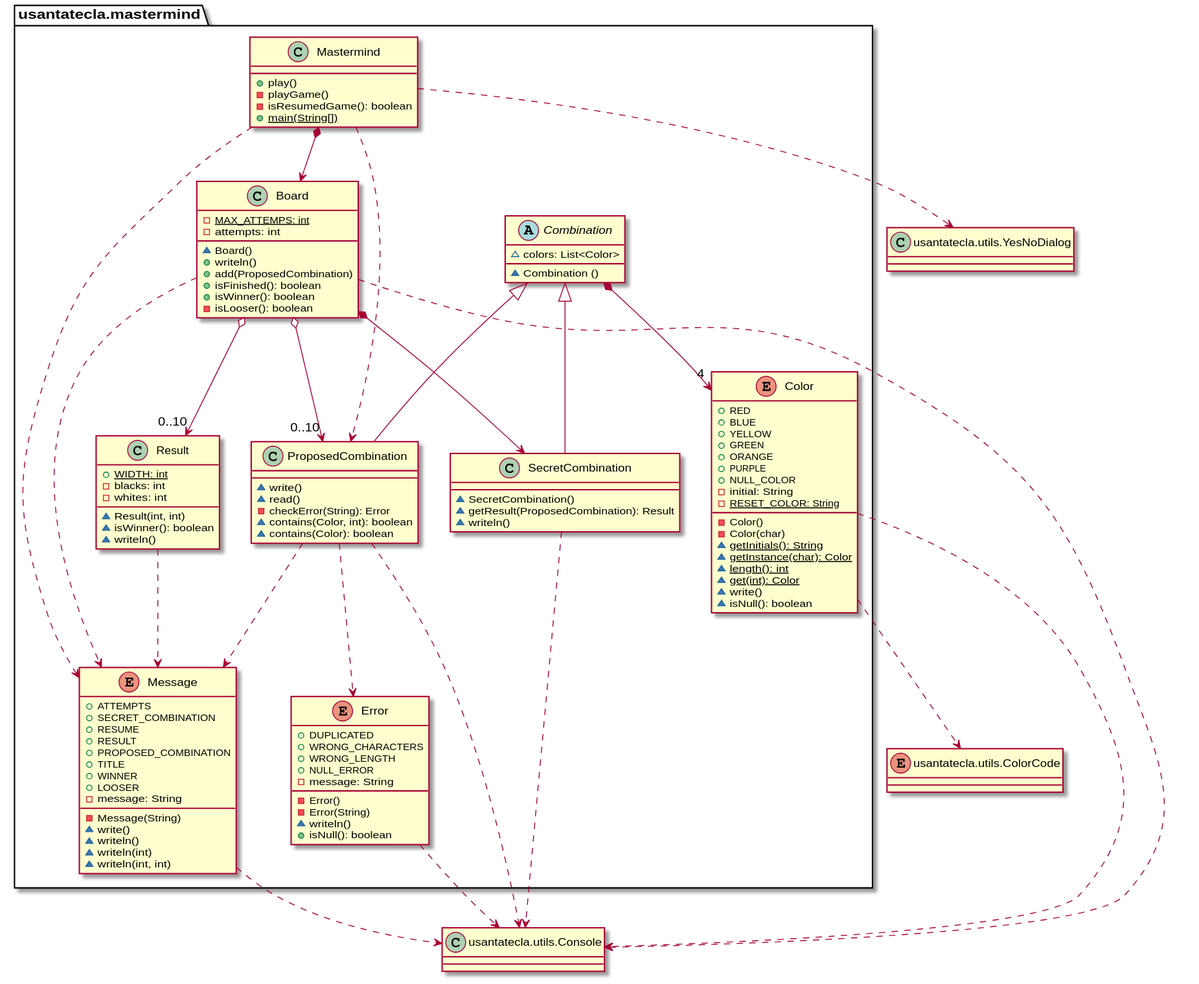
Earlier version of the PlantUML export domainModel/docs/diagrams/out/paquetes/mastermind.svg (SantaTecla-mastermind/solution.java.swing.socket.sql).
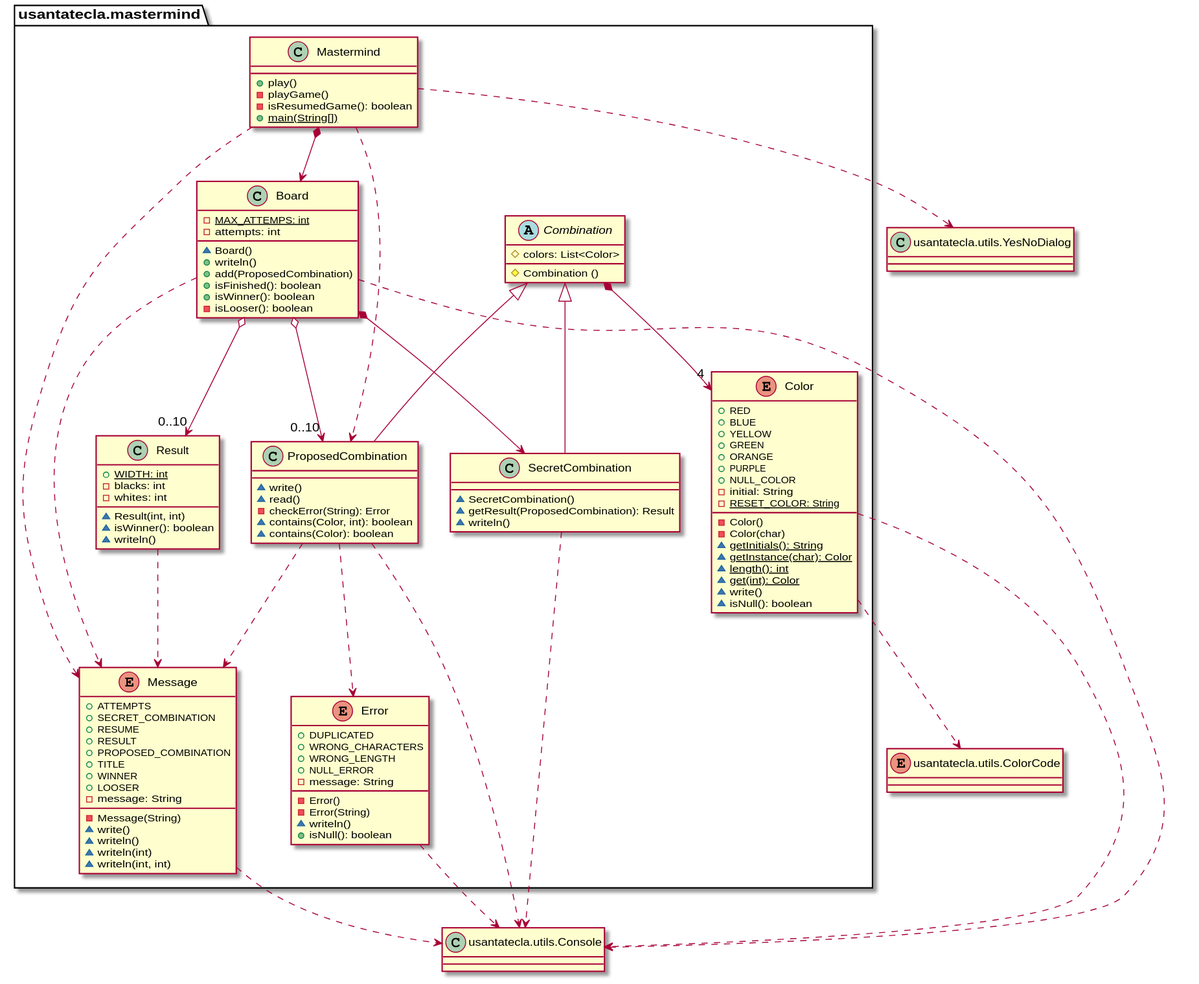
The same file after the commit.

Commit message:
DomainModel (Protected fixed)

Change to the diagram source:
```diff
@@ -20,8 +20,8 @@
 }
 
 abstract class Combination {
-	~ colors: List<Color>
-	~ Combination ()
+	# colors: List<Color>
+	# Combination ()
 }
 
 class SecretCombination {
```
